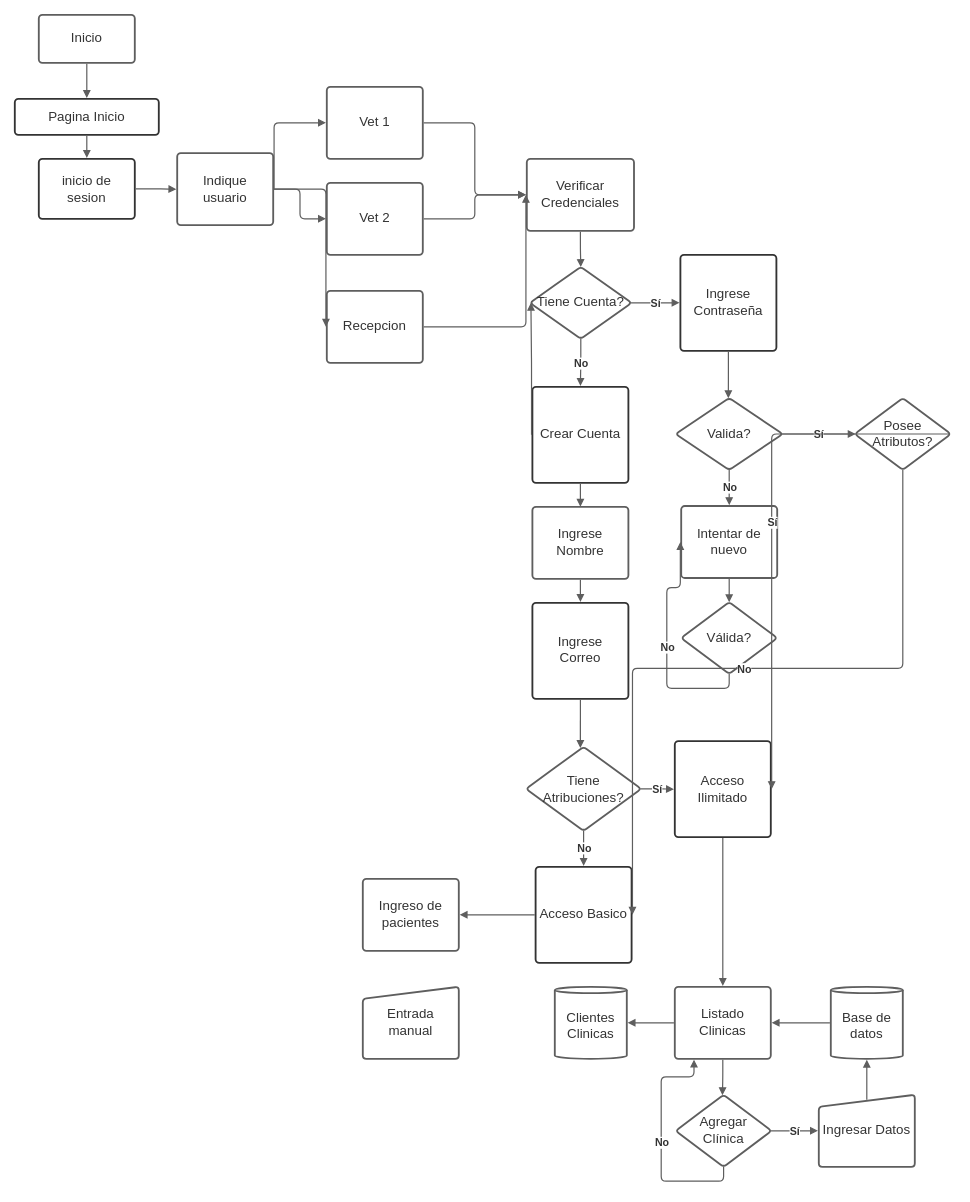
Before: Diagrama sin título.drawio in MauroCCampos/Petsitter-Spa, a draw.io diagram. Source tidied: cells renumbered, new cells numbered last; positions are measured from the earlier drawing's top-left corner, leaving out a move shared by most shapes. Both pictures are drawn from the tidied source at 80%, with x=0, y=0 at pixel (14, 14).
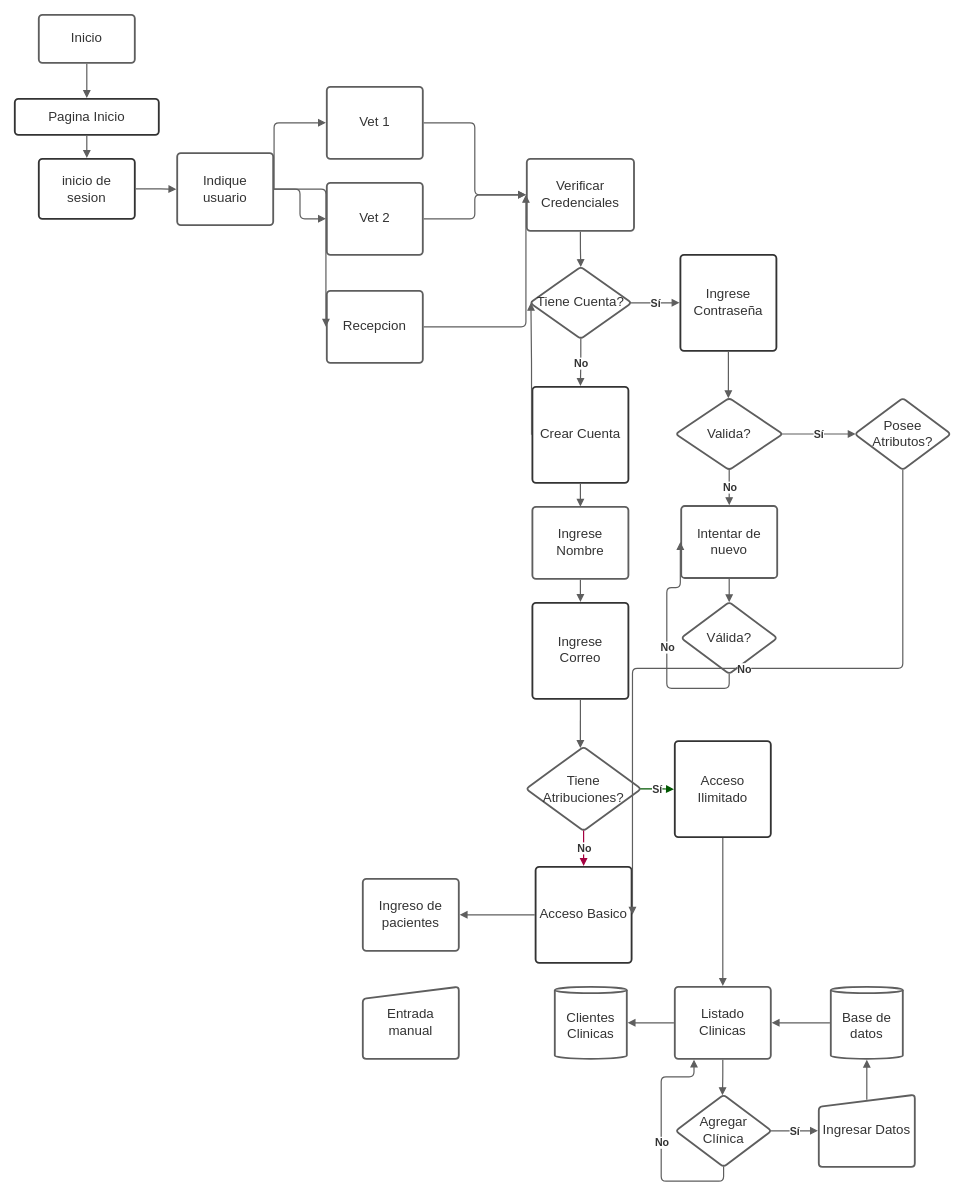
Above is the later version.

Commit message (it also covers changes not shown here):
Proyecto Go Animal

The change refers to these unchanged cells:
```xml
<mxCell id="39" value="Tiene Atribuciones?" style="html=1;overflow=block;blockSpacing=1;whiteSpace=wrap;rhombus;fontSize=16.7;fontColor=#333333;align=center;spacing=3.8;strokeColor=#5e5e5e;strokeOpacity=100;rounded=1;absoluteArcSize=1;arcSize=9;strokeWidth=2.3;lucidId=4bg~qIHvXVig;" parent="1" vertex="1">
  <mxGeometry x="639" y="915" width="144" height="105" as="geometry" />
</mxCell>
<mxCell id="43" value="Acceso Ilimitado" style="html=1;overflow=block;blockSpacing=1;whiteSpace=wrap;fontSize=16.7;fontColor=#333333;align=center;spacing=3.8;strokeColor=#333333;strokeOpacity=100;fillOpacity=0;rounded=1;absoluteArcSize=1;arcSize=9;fillColor=#ffffff;strokeWidth=2.3;lucidId=Wcg~fUxF38FF;" parent="1" vertex="1">
  <mxGeometry x="825" y="908" width="120" height="120" as="geometry" />
</mxCell>
<mxCell id="46" value="Acceso Basico" style="html=1;overflow=block;blockSpacing=1;whiteSpace=wrap;fontSize=16.7;fontColor=#333333;align=center;spacing=3.8;strokeColor=#333333;strokeOpacity=100;fillOpacity=0;rounded=1;absoluteArcSize=1;arcSize=9;fillColor=#ffffff;strokeWidth=2.3;lucidId=-cg~yoFNJy~t;" parent="1" vertex="1">
  <mxGeometry x="651" y="1065" width="120" height="120" as="geometry" />
</mxCell>
<mxCell id="47" value="Posee Atributos?" style="html=1;overflow=block;blockSpacing=1;whiteSpace=wrap;rhombus;fontSize=16.7;fontColor=#333333;align=center;spacing=3.8;strokeColor=#5e5e5e;strokeOpacity=100;rounded=1;absoluteArcSize=1;arcSize=9;strokeWidth=2.3;lucidId=nfg~SPuSGxTI;" parent="1" vertex="1">
  <mxGeometry x="1050" y="479" width="120" height="90" as="geometry" />
</mxCell>
```

What changed in the source:
```diff
@@
-    <mxCell id="41" style="html=1;jettySize=18;whiteSpace=wrap;fontSize=13.3;fontColor=#333333;fontStyle=1;align=center;strokeColor=#5E5E5E;strokeWidth=1.5;rounded=1;arcSize=12;edgeStyle=orthogonalEdgeStyle;startArrow=none;endArrow=block;endFill=1;exitX=0.992;exitY=0.5;exitPerimeter=0;entryX=-0.009;entryY=0.5;entryPerimeter=0;lucidId=Tcg~VygyTIFK;" parent="1" edge="1" source="39" target="43">
+    <mxCell id="41" style="html=1;jettySize=18;whiteSpace=wrap;fontSize=13.3;fontColor=#333333;fontStyle=1;align=center;strokeColor=#005700;strokeWidth=1.5;rounded=1;arcSize=12;edgeStyle=orthogonalEdgeStyle;startArrow=none;endArrow=block;endFill=1;exitX=0.992;exitY=0.5;exitPerimeter=0;entryX=-0.009;entryY=0.5;entryPerimeter=0;lucidId=Tcg~VygyTIFK;fillColor=#008a00;" parent="1" edge="1" source="39" target="43">
       <mxGeometry relative="1" as="geometry" />
     </mxCell>
@@
-    <mxCell id="44" style="html=1;jettySize=18;whiteSpace=wrap;fontSize=13.3;fontColor=#333333;fontStyle=1;align=center;strokeColor=#5E5E5E;strokeWidth=1.5;rounded=1;arcSize=12;edgeStyle=orthogonalEdgeStyle;startArrow=none;endArrow=block;endFill=1;exitX=0.5;exitY=0.997;exitPerimeter=0;entryX=0.5;entryY=-0.009;entryPerimeter=0;lucidId=7cg~rqk6v5o7;" parent="1" edge="1" source="39" target="46">
+    <mxCell id="44" style="html=1;jettySize=18;whiteSpace=wrap;fontSize=13.3;fontColor=#333333;fontStyle=1;align=center;strokeColor=#A50040;strokeWidth=1.5;rounded=1;arcSize=12;edgeStyle=orthogonalEdgeStyle;startArrow=none;endArrow=block;endFill=1;exitX=0.5;exitY=0.997;exitPerimeter=0;entryX=0.5;entryY=-0.009;entryPerimeter=0;lucidId=7cg~rqk6v5o7;fillColor=#d80073;" parent="1" edge="1" source="39" target="46">
       <mxGeometry relative="1" as="geometry" />
     </mxCell>
@@
-    <mxCell id="52" style="html=1;jettySize=18;whiteSpace=wrap;fontSize=13.3;fontColor=#333333;fontStyle=1;align=center;strokeColor=#5E5E5E;strokeWidth=1.5;rounded=1;arcSize=12;edgeStyle=orthogonalEdgeStyle;startArrow=none;endArrow=block;endFill=1;exitX=0.991;exitY=0.5;exitPerimeter=0;entryX=1.009;entryY=0.5;entryPerimeter=0;lucidId=jgg~JdyKQNbv;" parent="1" edge="1" source="47" target="43">
-      <mxGeometry relative="1" as="geometry" />
-    </mxCell>
-    <mxCell id="53" value="Sí" style="text;html=1;labelBackgroundColor=default;align=center;verticalAlign=middle;fontStyle=1;fontColor=#333333;fontSize=13.3;" parent="52" vertex="1">
-      <mxGeometry relative="1" as="geometry" />
-    </mxCell>
```
